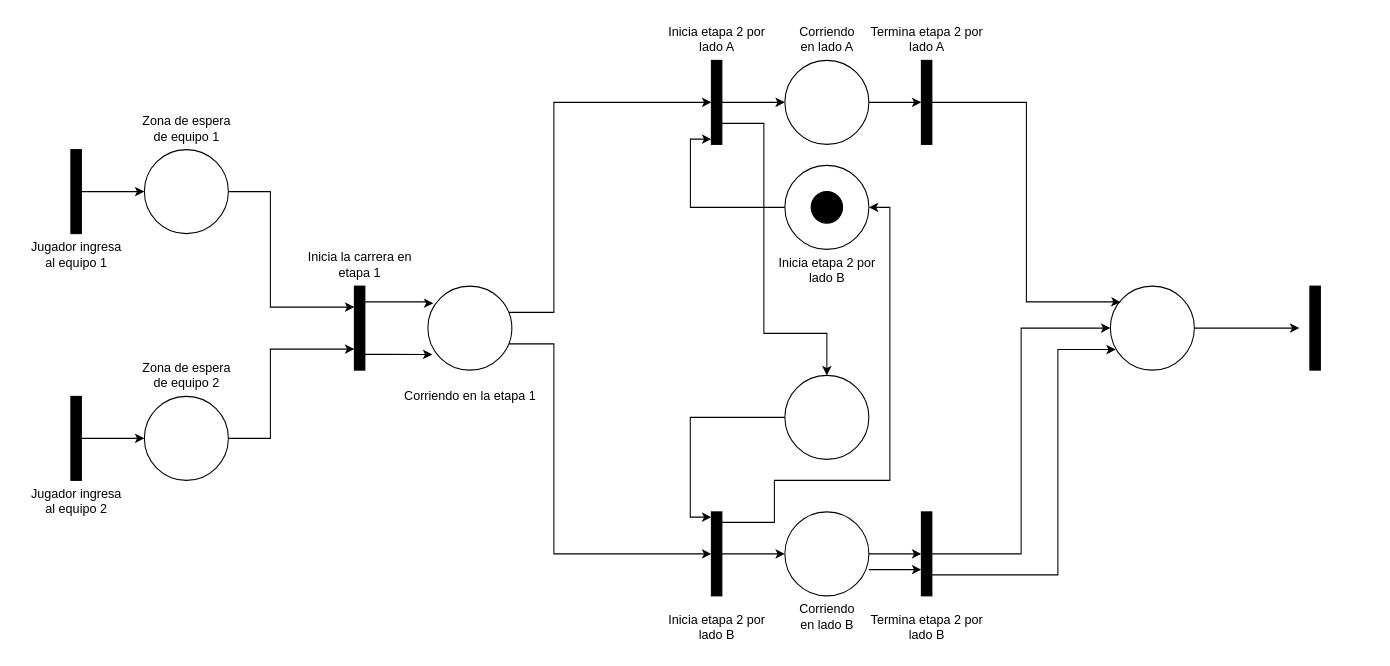
imnotsetro/IDS-1 keeps this draw.io diagram as RP /Ejercicio_Adicional_2.drawio. Above is the earlier version. Source tidied: cells renumbered, new cells numbered last; positions are measured from the earlier drawing's top-left corner, leaving out a move shared by most shapes. Both pictures are drawn from the tidied source at 105%, with x=0, y=0 at pixel (18, 18).
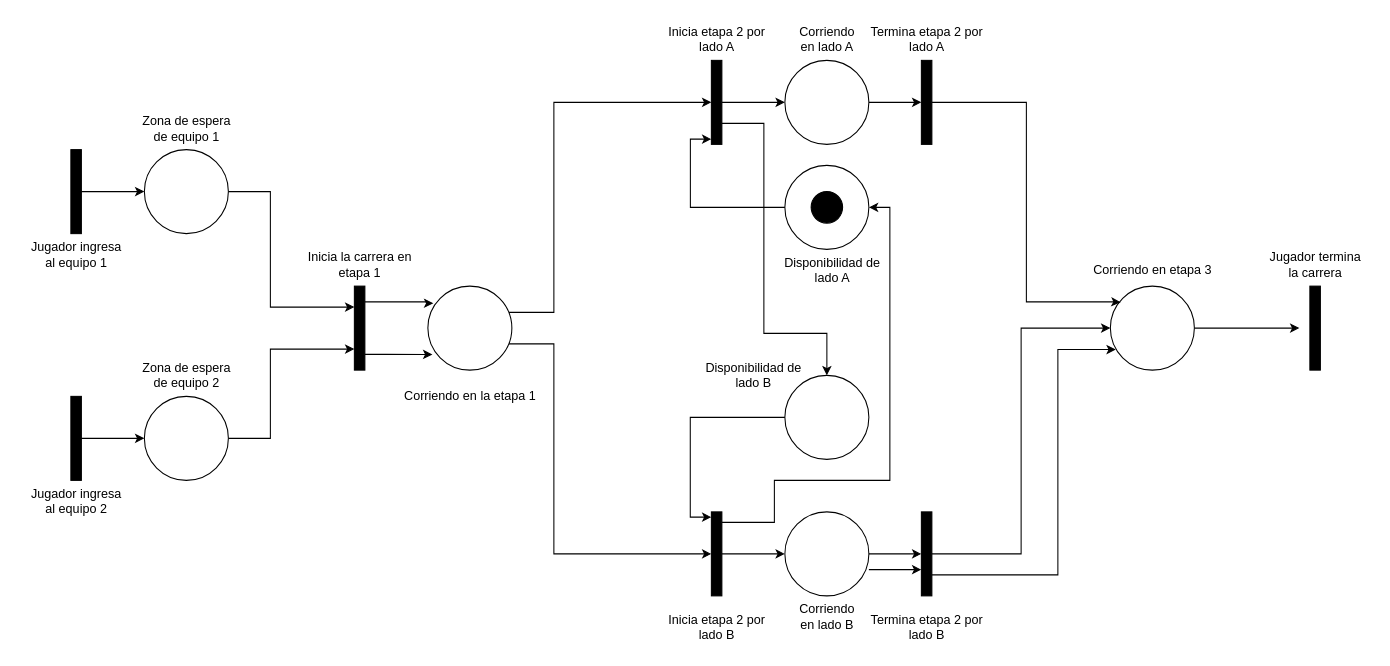
Above is the later version.

The edit, as a diff of the source:
```diff
@@
-    <mxCell id="52" value="&lt;div&gt;Inicia etapa 2 por&lt;/div&gt;&lt;div&gt;lado B&lt;br&gt;&lt;/div&gt;" style="text;html=1;align=center;verticalAlign=middle;strokeColor=none;fillColor=none;" parent="1" vertex="1">
-      <mxGeometry x="710" y="220" width="120" height="40" as="geometry" />
+    <mxCell id="52" value="&lt;div&gt;Disponibilidad de&lt;/div&gt;&lt;div&gt;lado A&lt;br&gt;&lt;/div&gt;" style="text;html=1;align=center;verticalAlign=middle;strokeColor=none;fillColor=none;" parent="1" vertex="1">
+      <mxGeometry x="715" y="220" width="120" height="40" as="geometry" />
     </mxCell>
+    <mxCell id="53" value="&lt;div&gt;Disponibilidad de&lt;/div&gt;&lt;div&gt;lado B&lt;br&gt;&lt;/div&gt;" style="text;html=1;align=center;verticalAlign=middle;strokeColor=none;fillColor=none;" parent="1" vertex="1">
+      <mxGeometry x="640" y="320" width="120" height="40" as="geometry" />
+    </mxCell>
+    <mxCell id="54" value="Corriendo en etapa 3" style="text;html=1;align=center;verticalAlign=middle;strokeColor=none;fillColor=none;" parent="1" vertex="1">
+      <mxGeometry x="1010" y="225" width="140" height="30" as="geometry" />
+    </mxCell>
+    <mxCell id="55" value="&lt;div&gt;Jugador termina&lt;/div&gt;&lt;div&gt;la carrera&lt;br&gt;&lt;/div&gt;" style="text;html=1;align=center;verticalAlign=middle;strokeColor=none;fillColor=none;" parent="1" vertex="1">
+      <mxGeometry x="1180" y="215" width="110" height="40" as="geometry" />
+    </mxCell>
```
